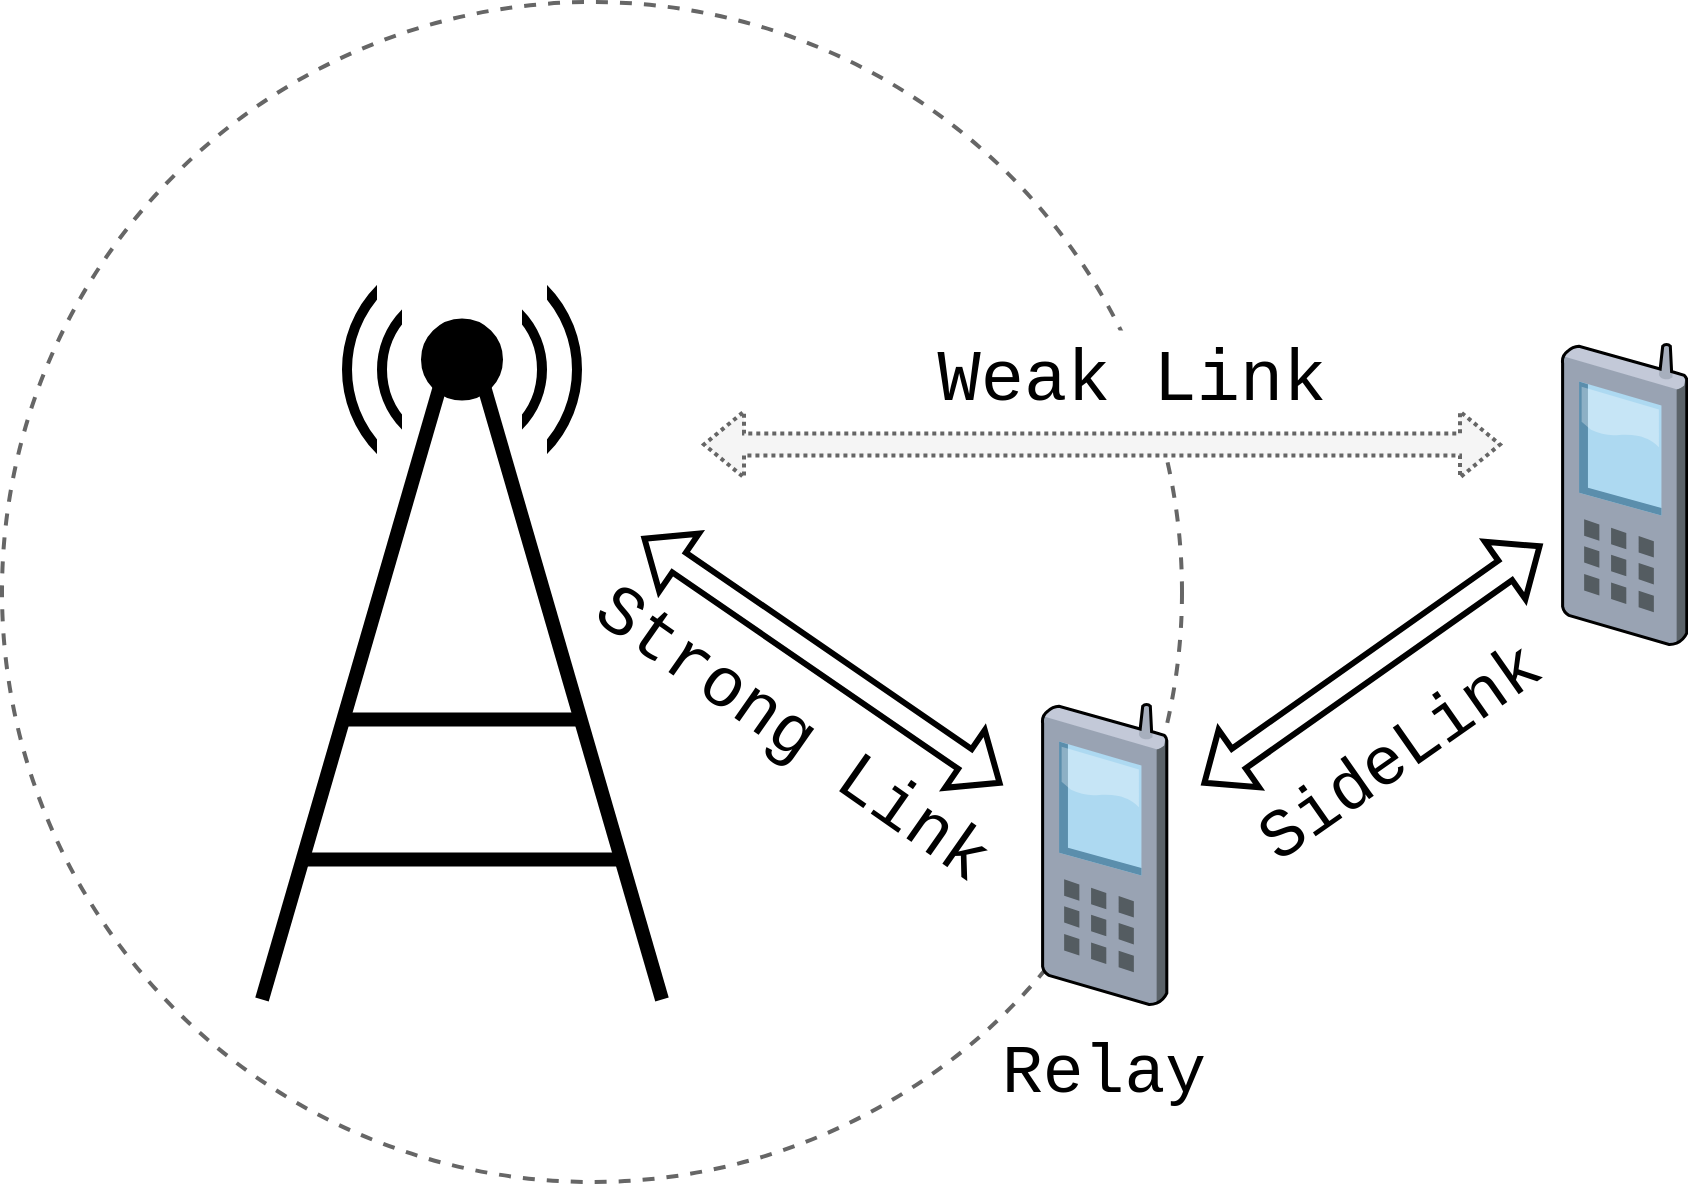
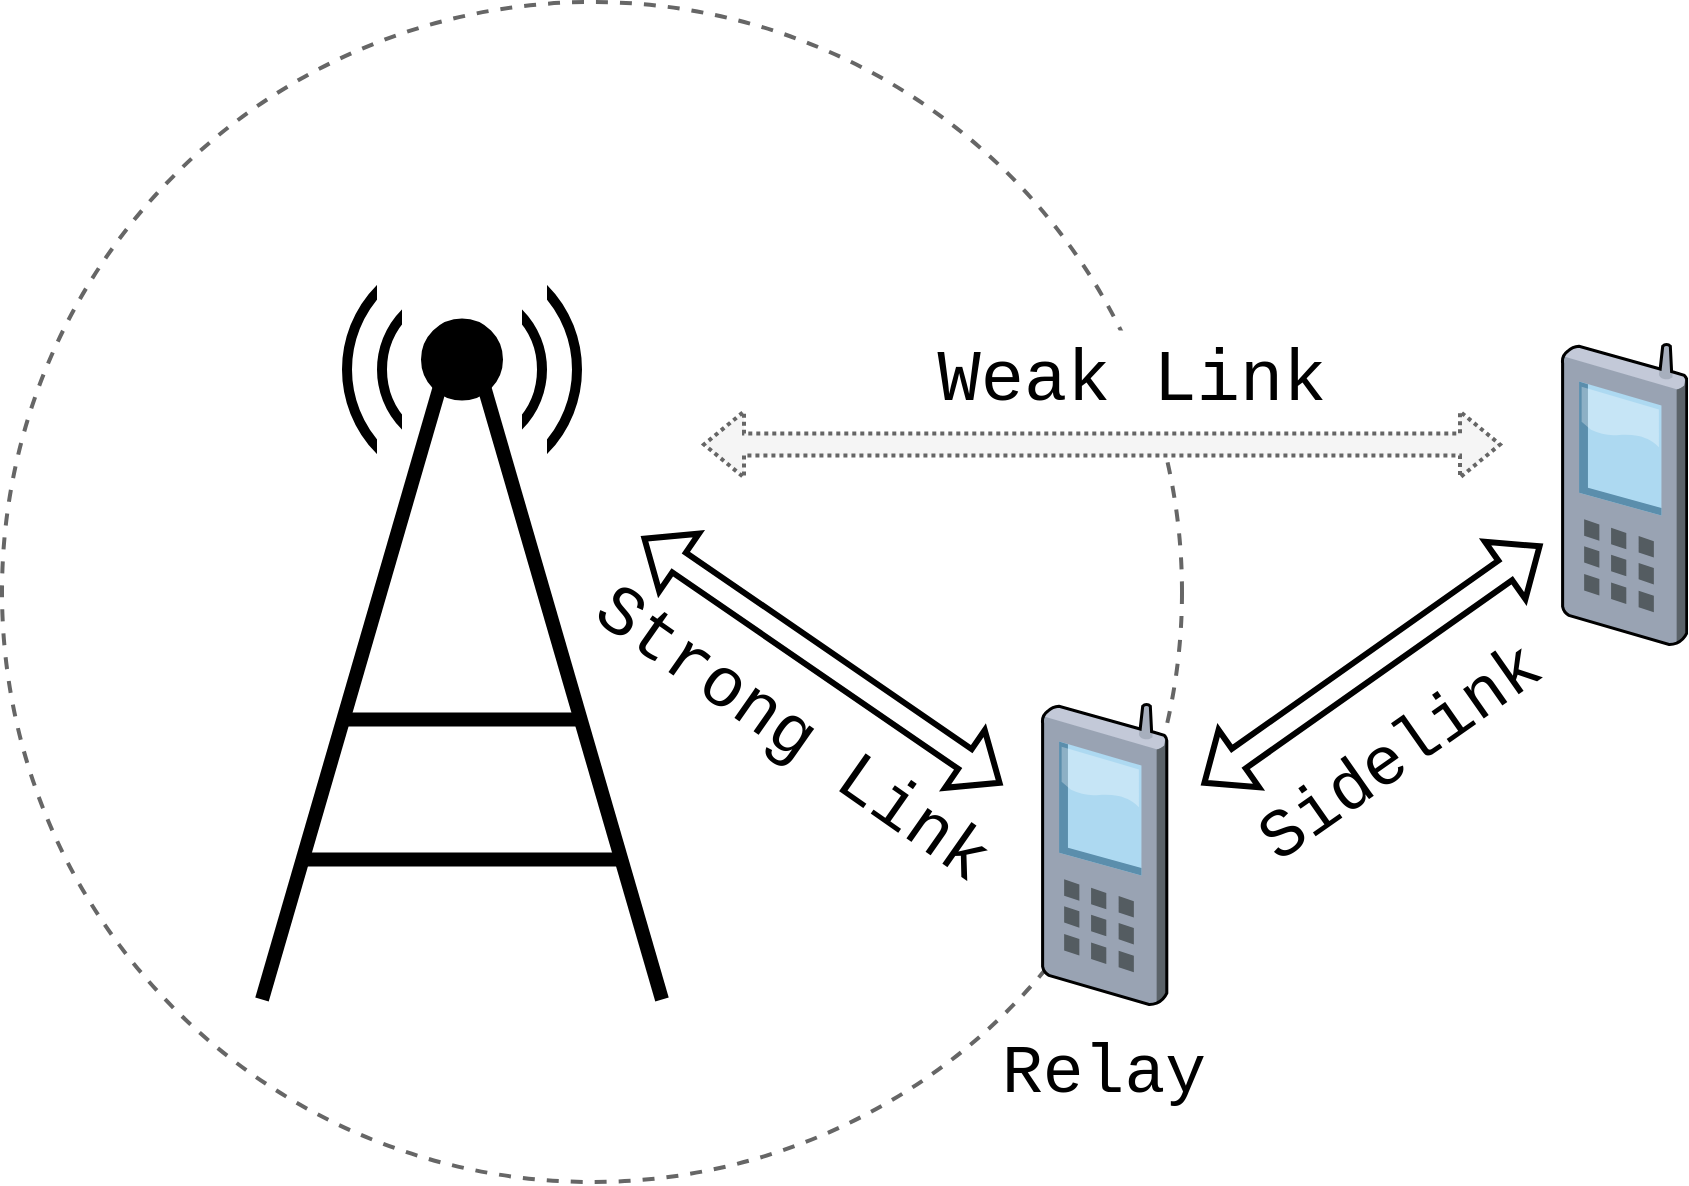
<mxfile host="app.diagrams.net" agent="Mozilla/5.0 (X11; Linux x86_64) AppleWebKit/537.36 (KHTML, like Gecko) Chrome/134.0.0.0 Safari/537.36" version="26.1.1">
  <diagram name="Page-1" id="-uwalU-gOkYBw5ut_4Op">
    <mxGraphModel dx="1954" dy="1077" grid="1" gridSize="10" guides="1" tooltips="1" connect="1" arrows="1" fold="1" page="1" pageScale="1" pageWidth="850" pageHeight="1100" math="0" shadow="0">
      <root>
        <mxCell id="0" />
        <mxCell id="1" parent="0" />
        <mxCell id="tKKFt0F89F9XqecX8rig-29" value="" style="ellipse;whiteSpace=wrap;html=1;aspect=fixed;fillColor=none;dashed=1;strokeWidth=2;fontColor=#333333;strokeColor=#666666;" parent="1" vertex="1">
          <mxGeometry x="4" y="80" width="590" height="590" as="geometry" />
        </mxCell>
        <mxCell id="tKKFt0F89F9XqecX8rig-32" value="" style="group" parent="1" vertex="1" connectable="0">
          <mxGeometry x="134" y="171.25" width="200" height="407.5" as="geometry" />
        </mxCell>
        <mxCell id="tKKFt0F89F9XqecX8rig-21" value="" style="ellipse;whiteSpace=wrap;html=1;aspect=fixed;fillColor=none;strokeWidth=5;" parent="tKKFt0F89F9XqecX8rig-32" vertex="1">
          <mxGeometry x="42.5" y="35" width="115" height="115" as="geometry" />
        </mxCell>
        <mxCell id="tKKFt0F89F9XqecX8rig-26" value="" style="rounded=0;whiteSpace=wrap;html=1;strokeColor=none;" parent="tKKFt0F89F9XqecX8rig-32" vertex="1">
          <mxGeometry x="57.5" width="85" height="185" as="geometry" />
        </mxCell>
        <mxCell id="tKKFt0F89F9XqecX8rig-19" value="" style="ellipse;whiteSpace=wrap;html=1;aspect=fixed;fillColor=none;strokeWidth=5;" parent="tKKFt0F89F9XqecX8rig-32" vertex="1">
          <mxGeometry x="60" y="52.5" width="80" height="80" as="geometry" />
        </mxCell>
        <mxCell id="tKKFt0F89F9XqecX8rig-20" value="" style="rounded=0;whiteSpace=wrap;html=1;strokeColor=none;" parent="tKKFt0F89F9XqecX8rig-32" vertex="1">
          <mxGeometry x="70" y="12.5" width="60" height="150" as="geometry" />
        </mxCell>
        <mxCell id="tKKFt0F89F9XqecX8rig-16" value="" style="endArrow=none;html=1;rounded=0;strokeWidth=7;" parent="tKKFt0F89F9XqecX8rig-32" edge="1">
          <mxGeometry width="50" height="50" relative="1" as="geometry">
            <mxPoint x="40" y="267.5" as="sourcePoint" />
            <mxPoint x="160" y="267.5" as="targetPoint" />
          </mxGeometry>
        </mxCell>
        <mxCell id="tKKFt0F89F9XqecX8rig-18" value="" style="endArrow=none;html=1;rounded=0;strokeWidth=7;" parent="tKKFt0F89F9XqecX8rig-32" edge="1">
          <mxGeometry width="50" height="50" relative="1" as="geometry">
            <mxPoint x="20" y="337.5" as="sourcePoint" />
            <mxPoint x="180" y="337.5" as="targetPoint" />
          </mxGeometry>
        </mxCell>
        <mxCell id="tKKFt0F89F9XqecX8rig-17" value="" style="ellipse;whiteSpace=wrap;html=1;aspect=fixed;fillColor=#000000;" parent="tKKFt0F89F9XqecX8rig-32" vertex="1">
          <mxGeometry x="80" y="67.5" width="40" height="40" as="geometry" />
        </mxCell>
        <mxCell id="tKKFt0F89F9XqecX8rig-15" value="" style="endArrow=none;html=1;rounded=0;strokeWidth=7;" parent="tKKFt0F89F9XqecX8rig-32" edge="1">
          <mxGeometry width="50" height="50" relative="1" as="geometry">
            <mxPoint x="200" y="407.5" as="sourcePoint" />
            <mxPoint x="110" y="97.5" as="targetPoint" />
          </mxGeometry>
        </mxCell>
        <mxCell id="tKKFt0F89F9XqecX8rig-14" value="" style="endArrow=none;html=1;rounded=0;strokeWidth=7;" parent="tKKFt0F89F9XqecX8rig-32" edge="1">
          <mxGeometry width="50" height="50" relative="1" as="geometry">
            <mxPoint y="407.5" as="sourcePoint" />
            <mxPoint x="90" y="97.5" as="targetPoint" />
          </mxGeometry>
        </mxCell>
        <mxCell id="tKKFt0F89F9XqecX8rig-33" value="" style="endArrow=classic;startArrow=classic;html=1;rounded=0;strokeWidth=3;shape=flexArrow;" parent="1" edge="1">
          <mxGeometry width="50" height="50" relative="1" as="geometry">
            <mxPoint x="324" y="347.5" as="sourcePoint" />
            <mxPoint x="504" y="471.25" as="targetPoint" />
          </mxGeometry>
        </mxCell>
        <mxCell id="tKKFt0F89F9XqecX8rig-34" value="" style="endArrow=classic;startArrow=classic;html=1;rounded=0;strokeWidth=3;shape=flexArrow;" parent="1" edge="1">
          <mxGeometry width="50" height="50" relative="1" as="geometry">
            <mxPoint x="604" y="471.25" as="sourcePoint" />
            <mxPoint x="774" y="351.25" as="targetPoint" />
          </mxGeometry>
        </mxCell>
        <mxCell id="tKKFt0F89F9XqecX8rig-36" value="" style="endArrow=classic;startArrow=classic;html=1;rounded=0;strokeWidth=2;shape=flexArrow;dashed=1;dashPattern=1 1;fillColor=#f5f5f5;strokeColor=#666666;" parent="1" edge="1">
          <mxGeometry width="50" height="50" relative="1" as="geometry">
            <mxPoint x="354" y="301.25" as="sourcePoint" />
            <mxPoint x="754" y="301.25" as="targetPoint" />
          </mxGeometry>
        </mxCell>
        <mxCell id="tKKFt0F89F9XqecX8rig-39" value="&lt;font style=&quot;font-size: 36px;&quot;&gt;Weak Link&lt;/font&gt;" style="text;html=1;align=center;verticalAlign=middle;whiteSpace=wrap;rounded=0;fillColor=default;fontFamily=Courier New;" parent="1" vertex="1">
          <mxGeometry x="459" y="244.25" width="220" height="50" as="geometry" />
        </mxCell>
        <mxCell id="tKKFt0F89F9XqecX8rig-40" value="&lt;font style=&quot;font-size: 35px;&quot;&gt;Strong Link&lt;/font&gt;" style="text;html=1;align=center;verticalAlign=middle;whiteSpace=wrap;rounded=0;rotation=35;fontFamily=Courier New;" parent="1" vertex="1">
          <mxGeometry x="274" y="431.25" width="250" height="30" as="geometry" />
        </mxCell>
-         <mxCell id="tKKFt0F89F9XqecX8rig-41" value="&lt;font style=&quot;font-size: 34px;&quot;&gt;SideLink&lt;/font&gt;" style="text;html=1;align=center;verticalAlign=middle;whiteSpace=wrap;rounded=0;rotation=-35;fontFamily=Courier New;" parent="1" vertex="1">
+         <mxCell id="tKKFt0F89F9XqecX8rig-41" value="&lt;font style=&quot;font-size: 34px;&quot;&gt;Sidelink&lt;/font&gt;" style="text;html=1;align=center;verticalAlign=middle;whiteSpace=wrap;rounded=0;rotation=-35;fontFamily=Courier New;" parent="1" vertex="1">
          <mxGeometry x="604" y="441.25" width="200" height="30" as="geometry" />
        </mxCell>
        <mxCell id="tKKFt0F89F9XqecX8rig-44" value="" style="verticalLabelPosition=bottom;sketch=0;aspect=fixed;html=1;verticalAlign=top;strokeColor=none;align=center;outlineConnect=0;shape=mxgraph.citrix.cell_phone;" parent="1" vertex="1">
          <mxGeometry x="524" y="431.25" width="62.5" height="150" as="geometry" />
        </mxCell>
        <mxCell id="tKKFt0F89F9XqecX8rig-45" value="" style="verticalLabelPosition=bottom;sketch=0;aspect=fixed;html=1;verticalAlign=top;strokeColor=none;align=center;outlineConnect=0;shape=mxgraph.citrix.cell_phone;" parent="1" vertex="1">
          <mxGeometry x="784" y="251.25" width="62.5" height="150" as="geometry" />
        </mxCell>
        <mxCell id="tKKFt0F89F9XqecX8rig-46" value="&lt;font style=&quot;font-size: 34px;&quot; face=&quot;Courier New&quot;&gt;Relay&lt;/font&gt;" style="text;html=1;align=center;verticalAlign=middle;whiteSpace=wrap;rounded=0;" parent="1" vertex="1">
          <mxGeometry x="525.25" y="601.25" width="60" height="30" as="geometry" />
        </mxCell>
      </root>
    </mxGraphModel>
  </diagram>
</mxfile>
